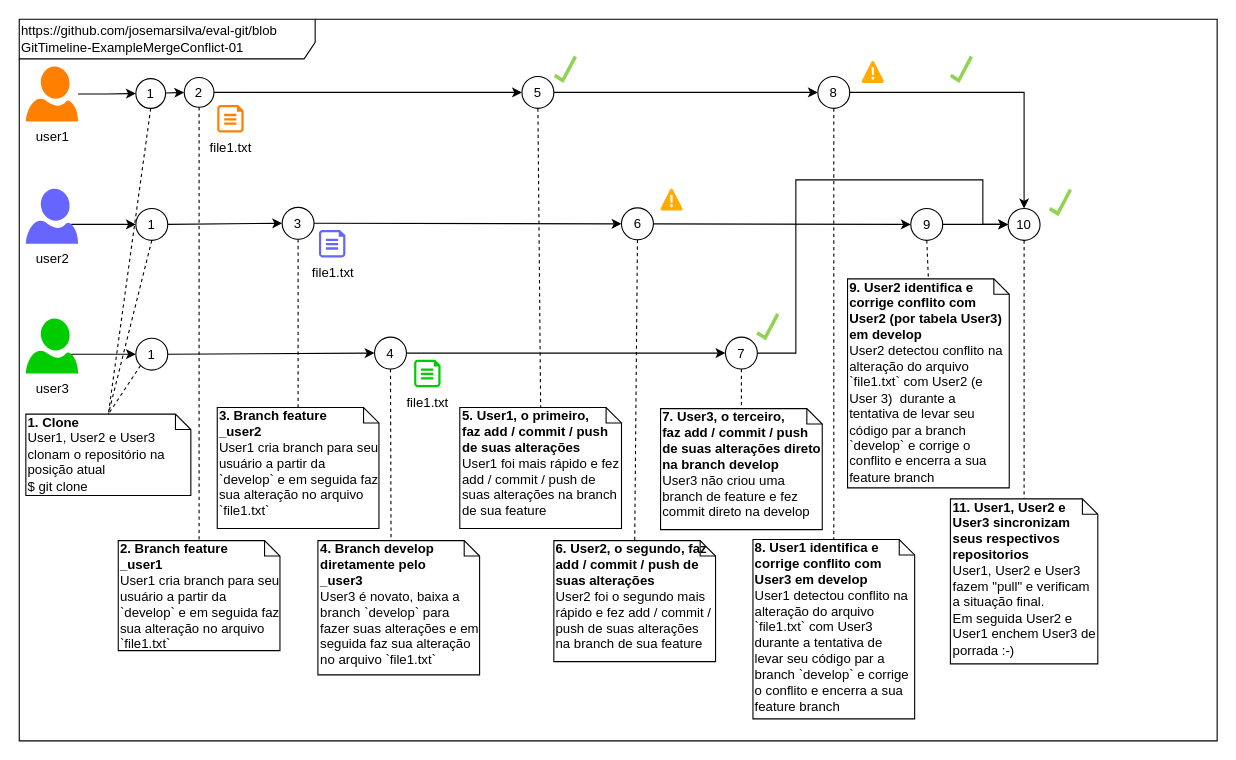
Earlier version of the draw.io diagram doc/GitTimeline-ExampleMergeConflict-01.drawio (josemarsilva/eval-git). Source tidied: cells renumbered, new cells numbered last; positions are measured from the earlier drawing's top-left corner, leaving out a move shared by most shapes. Both pictures are drawn from the tidied source at 110%, with x=0, y=0 at pixel (19, 19).
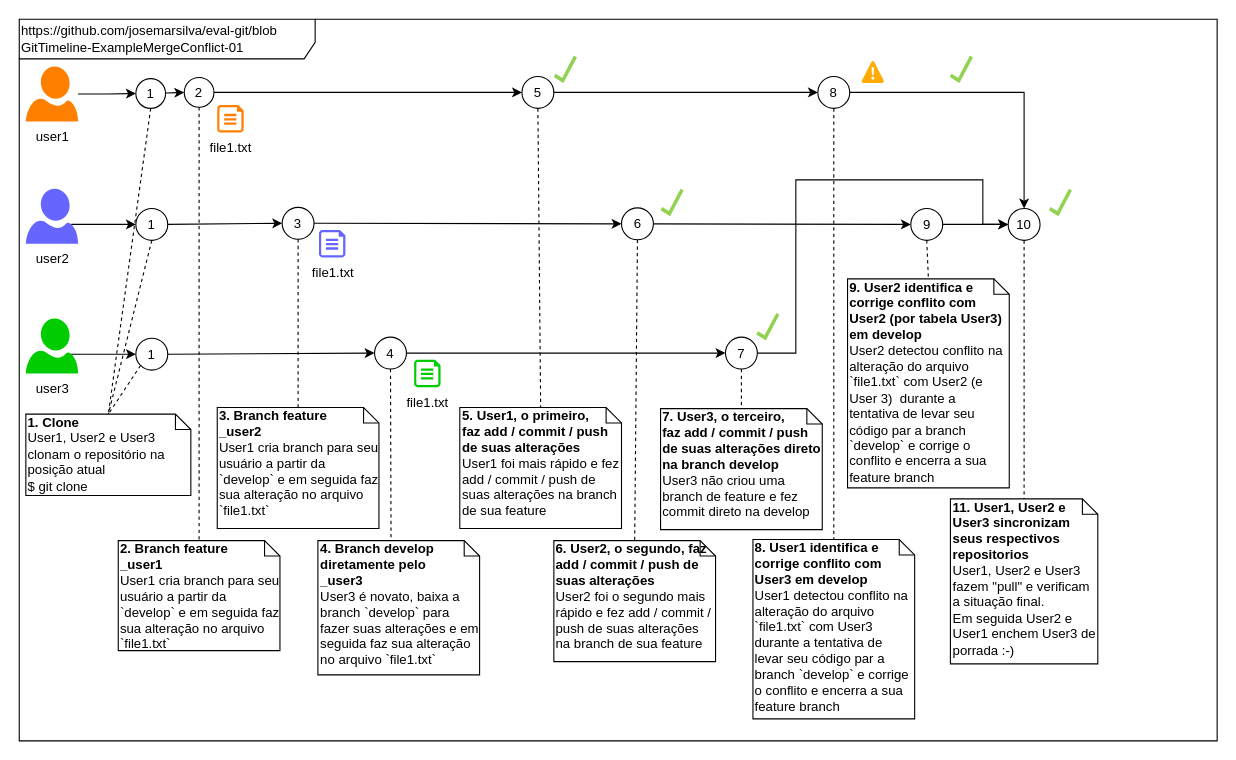
After the change.

Commit message (it also covers changes not shown here):
ajustando imagem com a correcao tadeu

Diff of the diagram source:
```diff
@@
-    <mxCell id="57" style="shape=mxgraph.azure.azure_alert;fillColor=#FFAB00;strokeColor=none;html=1;" parent="1" vertex="1">
-      <mxGeometry x="583" y="154" width="20" height="20" as="geometry" />
-    </mxCell>
@@
+    <mxCell id="63" style="shadow=0;dashed=0;html=1;strokeColor=none;labelPosition=center;verticalLabelPosition=bottom;verticalAlign=top;align=center;shape=mxgraph.mscae.general.checkmark;fillColor=#91D250;" parent="1" vertex="1">
+      <mxGeometry x="583" y="154" width="21" height="25" as="geometry" />
+    </mxCell>
```
